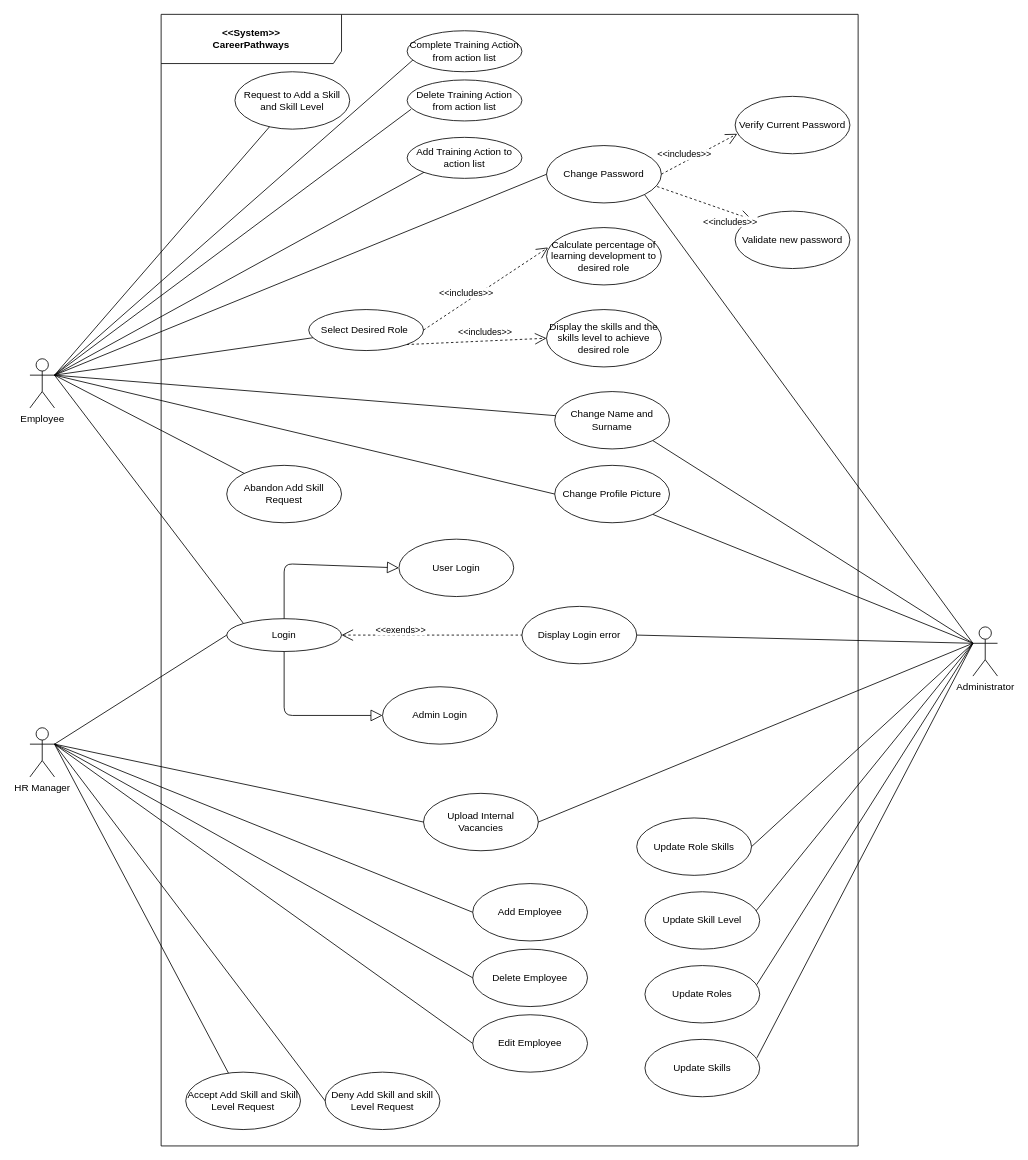
This is CareerPathways.drawio from learningCurve89/WorkBasedPortfolios, a draw.io file, before an edit. Source tidied: cells renumbered, new cells numbered last; positions are measured from the earlier drawing's top-left corner, leaving out a move shared by most shapes. Both pictures are drawn from the tidied source at 82%, with x=0, y=0 at pixel (30, 14).
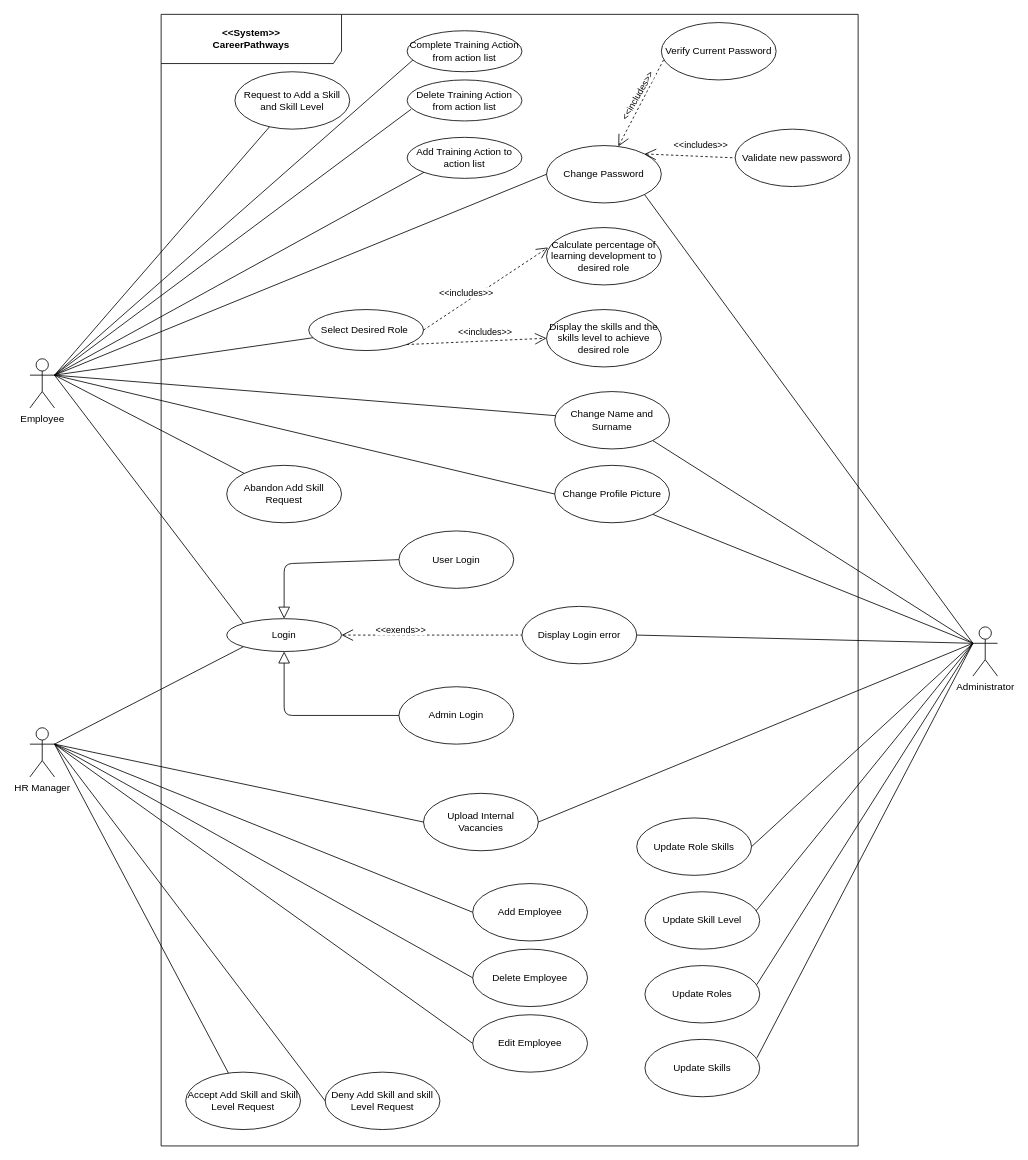
The same page after the edit.

The change refers to these unchanged cells:
```xml
<mxCell id="4" value="HR Manager" style="shape=umlActor;verticalLabelPosition=bottom;verticalAlign=top;html=1;" parent="1" vertex="1">
  <mxGeometry y="870" width="30" height="60" as="geometry" />
</mxCell>
<mxCell id="6" value="Login" style="ellipse;whiteSpace=wrap;html=1;" parent="1" vertex="1">
  <mxGeometry x="240" y="737" width="140" height="40" as="geometry" />
</mxCell>
<mxCell id="12" value="Change Password" style="ellipse;whiteSpace=wrap;html=1;" parent="1" vertex="1">
  <mxGeometry x="630" y="160" width="140" height="70" as="geometry" />
</mxCell>
```

Change to the diagram source:
```diff
@@
     <mxCell id="13" value="Verify Current Password" style="ellipse;whiteSpace=wrap;html=1;" parent="1" vertex="1">
-      <mxGeometry x="860" y="100" width="140" height="70" as="geometry" />
+      <mxGeometry x="770" y="10" width="140" height="70" as="geometry" />
     </mxCell>
@@
     <mxCell id="25" value="Validate new password" style="ellipse;whiteSpace=wrap;html=1;" parent="1" vertex="1">
-      <mxGeometry x="860" y="240" width="140" height="70" as="geometry" />
+      <mxGeometry x="860" y="140" width="140" height="70" as="geometry" />
     </mxCell>
@@
-    <mxCell id="53" style="endArrow=open;endFill=1;endSize=12;html=1;dashed=1;exitX=1;exitY=0.5;exitDx=0;exitDy=0;entryX=0.019;entryY=0.653;entryDx=0;entryDy=0;entryPerimeter=0;" parent="1" edge="1" source="12" target="13">
+    <mxCell id="53" style="endArrow=none;endFill=0;endSize=12;html=1;dashed=1;entryX=0.019;entryY=0.653;entryDx=0;entryDy=0;entryPerimeter=0;startArrow=open;startFill=0;startSize=12;" parent="1" edge="1" source="12" target="13">
       <mxGeometry relative="1" as="geometry" />
     </mxCell>
-    <mxCell id="54" value="&amp;lt;&amp;lt;includes&amp;gt;&amp;gt;" style="edgeLabel;html=1;align=center;verticalAlign=middle;" parent="53" vertex="1">
-      <mxGeometry x="-0.32" y="9" relative="1" as="geometry" />
+    <mxCell id="54" value="&amp;lt;&amp;lt;includes&amp;gt;&amp;gt;" style="edgeLabel;html=1;align=center;verticalAlign=middle;rotation=-60;" parent="53" vertex="1">
+      <mxGeometry x="-0.32" y="9" relative="1" as="geometry">
+        <mxPoint x="11.9" y="-21.5" as="offset" />
+      </mxGeometry>
     </mxCell>
-    <mxCell id="55" style="endArrow=open;endFill=1;endSize=12;html=1;dashed=1;exitX=0.963;exitY=0.714;exitDx=0;exitDy=0;entryX=0;entryY=0;entryDx=0;entryDy=0;exitPerimeter=0;" parent="1" edge="1" source="12" target="25">
+    <mxCell id="55" style="endArrow=none;endFill=0;endSize=12;html=1;dashed=1;exitX=1;exitY=0;exitDx=0;exitDy=0;entryX=0;entryY=0.5;entryDx=0;entryDy=0;startArrow=open;startFill=0;startSize=12;" parent="1" edge="1" source="12" target="25">
       <mxGeometry relative="1" as="geometry" />
     </mxCell>
-    <mxCell id="56" value="&amp;lt;&amp;lt;includes&amp;gt;&amp;gt;" style="edgeLabel;html=1;align=center;verticalAlign=middle;" parent="55" vertex="1">
+    <mxCell id="56" value="&amp;lt;&amp;lt;includes&amp;gt;&amp;gt;" style="edgeLabel;html=1;align=center;verticalAlign=middle;rotation=0;" parent="55" vertex="1">
       <mxGeometry x="-0.36" y="12" relative="1" as="geometry">
-        <mxPoint x="47.7" y="41.2" as="offset" />
+        <mxPoint x="32.6" y="0.2" as="offset" />
       </mxGeometry>
     </mxCell>
@@
-    <mxCell id="65" style="endArrow=none;endFill=0;endSize=12;html=1;exitX=1;exitY=0.3333333333333333;exitDx=0;exitDy=0;exitPerimeter=0;entryX=0;entryY=0.5;entryDx=0;entryDy=0;" parent="1" edge="1" source="4" target="6">
+    <mxCell id="65" style="endArrow=none;endFill=0;endSize=12;html=1;exitX=1;exitY=0.3333333333333333;exitDx=0;exitDy=0;exitPerimeter=0;entryX=0;entryY=1;entryDx=0;entryDy=0;" parent="1" edge="1" source="4" target="6">
       <mxGeometry relative="1" as="geometry" />
     </mxCell>
     <mxCell id="66" value="User Login" style="ellipse;whiteSpace=wrap;html=1;" parent="1" vertex="1">
-      <mxGeometry x="450" y="640" width="140" height="70" as="geometry" />
+      <mxGeometry x="450" y="630" width="140" height="70" as="geometry" />
     </mxCell>
     <mxCell id="67" value="Admin Login" style="ellipse;whiteSpace=wrap;html=1;" parent="1" vertex="1">
-      <mxGeometry x="430" y="820" width="140" height="70" as="geometry" />
+      <mxGeometry x="450" y="820" width="140" height="70" as="geometry" />
     </mxCell>
-    <mxCell id="68" style="endArrow=block;endFill=0;endSize=12;html=1;exitX=0.5;exitY=0;exitDx=0;exitDy=0;entryX=0;entryY=0.5;entryDx=0;entryDy=0;" parent="1" edge="1" source="6" target="66">
+    <mxCell id="68" style="endArrow=none;endFill=0;endSize=12;html=1;exitX=0.5;exitY=0;exitDx=0;exitDy=0;entryX=0;entryY=0.5;entryDx=0;entryDy=0;startArrow=block;startFill=0;startSize=12;" parent="1" edge="1" source="6" target="66">
       <mxGeometry relative="1" as="geometry">
         <Array as="points">
           <mxPoint x="310" y="670" />
         </Array>
       </mxGeometry>
     </mxCell>
-    <mxCell id="69" style="endArrow=block;endFill=0;endSize=12;html=1;exitX=0.5;exitY=1;exitDx=0;exitDy=0;entryX=0;entryY=0.5;entryDx=0;entryDy=0;" parent="1" edge="1" source="6" target="67">
+    <mxCell id="69" style="endArrow=none;endFill=0;endSize=12;html=1;exitX=0.5;exitY=1;exitDx=0;exitDy=0;entryX=0;entryY=0.5;entryDx=0;entryDy=0;startArrow=block;startFill=0;startSize=12;" parent="1" edge="1" source="6" target="67">
       <mxGeometry relative="1" as="geometry">
         <Array as="points">
           <mxPoint x="310" y="855" />
         </Array>
       </mxGeometry>
     </mxCell>
```
